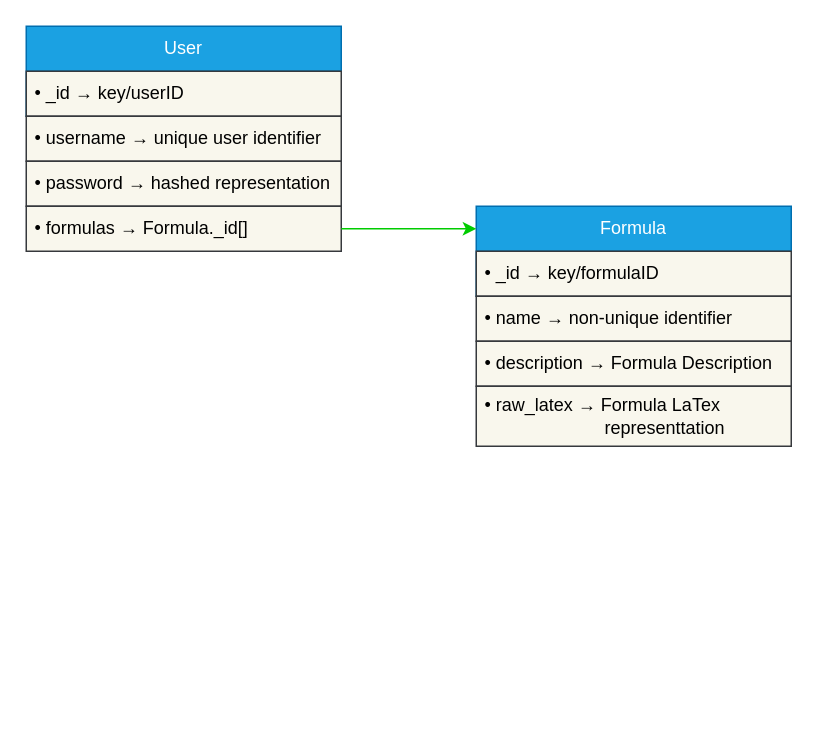
klaus-mana/formu keeps this draw.io diagram as misc/database-er-diagram.dio. Above is the earlier version. Source tidied: cells renumbered, new cells numbered last; positions are measured from the earlier drawing's top-left corner, leaving out a move shared by most shapes. Both pictures are drawn from the tidied source at 150%, with x=0, y=0 at pixel (26, 26).
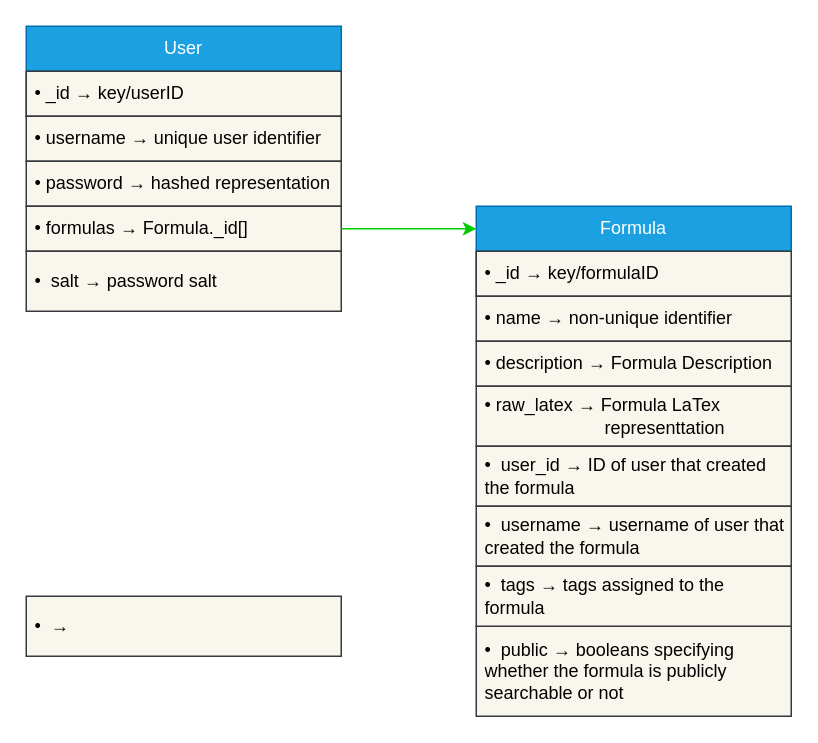
The same diagram, later.

Commit message (it also covers changes not shown here):
Changed the User and Formula Schema for better performance and usage Implemented all of the User API endpoints Changed the ER Diagram and API Model to reflect the changes

What changed in the source:
```diff
@@
 <mxGraphModel>
   <root>
     <mxCell id="0" />
     <mxCell id="1" parent="0" />
     <mxCell id="2" value="User" style="swimlane;fontStyle=0;horizontal=1;startSize=30;whiteSpace=wrap;html=1;labelBackgroundColor=none;fontColor=#ffffff;fillColor=#1ba1e2;strokeColor=#006EAF;" parent="1" vertex="1">
       <mxGeometry width="210" height="60" as="geometry" />
     </mxCell>
     <mxCell id="3" value="• _id → key/userID" style="text;strokeColor=#36393d;fillColor=#f9f7ed;align=left;verticalAlign=middle;spacingLeft=4;spacingRight=4;overflow=hidden;whiteSpace=wrap;html=1;labelBackgroundColor=none;fontColor=#000000;" parent="2" vertex="1">
       <mxGeometry y="30" width="210" height="30" as="geometry" />
     </mxCell>
     <mxCell id="4" value="• username → unique user identifier" style="text;strokeColor=#36393d;fillColor=#f9f7ed;align=left;verticalAlign=middle;spacingLeft=4;spacingRight=4;overflow=hidden;whiteSpace=wrap;html=1;labelBackgroundColor=none;fontColor=#000000;" parent="1" vertex="1">
       <mxGeometry y="60" width="210" height="30" as="geometry" />
     </mxCell>
     <mxCell id="5" value="• password → hashed representation" style="text;strokeColor=#36393d;fillColor=#f9f7ed;align=left;verticalAlign=middle;spacingLeft=4;spacingRight=4;overflow=hidden;whiteSpace=wrap;html=1;labelBackgroundColor=none;fontColor=#000000;" parent="1" vertex="1">
       <mxGeometry y="90" width="210" height="30" as="geometry" />
     </mxCell>
     <mxCell id="6" value="• formulas → Formula._id[]" style="text;strokeColor=#36393d;fillColor=#f9f7ed;align=left;verticalAlign=middle;spacingLeft=4;spacingRight=4;overflow=hidden;points=[[0,0.5],[1,0.5]];portConstraint=eastwest;whiteSpace=wrap;html=1;labelBackgroundColor=none;fontColor=#000000;" parent="1" vertex="1">
       <mxGeometry y="120" width="210" height="30" as="geometry" />
     </mxCell>
     <mxCell id="7" value="Formula" style="swimlane;fontStyle=0;horizontal=1;startSize=30;whiteSpace=wrap;html=1;labelBackgroundColor=none;fontColor=#ffffff;fillColor=#1ba1e2;strokeColor=#006EAF;" parent="1" vertex="1">
       <mxGeometry x="300" y="120" width="210" height="60" as="geometry" />
     </mxCell>
     <mxCell id="8" value="• _id → key/formulaID" style="text;strokeColor=#36393d;fillColor=#f9f7ed;align=left;verticalAlign=middle;spacingLeft=4;spacingRight=4;overflow=hidden;whiteSpace=wrap;html=1;labelBackgroundColor=none;fontColor=#000000;" parent="7" vertex="1">
       <mxGeometry y="30" width="210" height="30" as="geometry" />
     </mxCell>
     <mxCell id="9" value="• name → non-unique identifier" style="text;strokeColor=#36393d;fillColor=#f9f7ed;align=left;verticalAlign=middle;spacingLeft=4;spacingRight=4;overflow=hidden;whiteSpace=wrap;html=1;labelBackgroundColor=none;fontColor=#000000;" parent="1" vertex="1">
       <mxGeometry x="300" y="180" width="210" height="30" as="geometry" />
     </mxCell>
     <mxCell id="10" value="• description → Formula Description" style="text;strokeColor=#36393d;fillColor=#f9f7ed;align=left;verticalAlign=middle;spacingLeft=4;spacingRight=4;overflow=hidden;whiteSpace=wrap;html=1;labelBackgroundColor=none;fontColor=#000000;" parent="1" vertex="1">
       <mxGeometry x="300" y="210" width="210" height="30" as="geometry" />
     </mxCell>
     <mxCell id="11" value="• raw_latex → Formula LaTex &lt;span style=&quot;white-space: pre;&quot;&gt;&#9;&lt;/span&gt;&lt;span style=&quot;white-space: pre;&quot;&gt;&#9;&lt;span style=&quot;white-space: pre;&quot;&gt;&#9;&lt;/span&gt;&lt;/span&gt;representtation" style="text;strokeColor=#36393d;fillColor=#f9f7ed;align=left;verticalAlign=middle;spacingLeft=4;spacingRight=4;overflow=hidden;whiteSpace=wrap;html=1;labelBackgroundColor=none;fontColor=#000000;" parent="1" vertex="1">
       <mxGeometry x="300" y="240" width="210" height="40" as="geometry" />
     </mxCell>
     <mxCell id="12" style="endArrow=classic;html=1;fontColor=#FFFF99;entryX=0;entryY=0.25;entryDx=0;entryDy=0;fillColor=#f9f7ed;strokeColor=#00CC00;labelBackgroundColor=#99FF99;" parent="1" edge="1" source="6" target="7">
       <mxGeometry relative="1" as="geometry" />
     </mxCell>
+    <mxCell id="13" value="•&amp;nbsp; user_id → ID of user that created the formula" style="text;strokeColor=#36393d;fillColor=#f9f7ed;align=left;verticalAlign=middle;spacingLeft=4;spacingRight=4;overflow=hidden;whiteSpace=wrap;html=1;labelBackgroundColor=none;fontColor=#000000;" parent="1" vertex="1">
+      <mxGeometry x="300" y="280" width="210" height="40" as="geometry" />
+    </mxCell>
+    <mxCell id="14" value="•&amp;nbsp; username → username of user that created the formula" style="text;strokeColor=#36393d;fillColor=#f9f7ed;align=left;verticalAlign=middle;spacingLeft=4;spacingRight=4;overflow=hidden;whiteSpace=wrap;html=1;labelBackgroundColor=none;fontColor=#000000;" parent="1" vertex="1">
+      <mxGeometry x="300" y="320" width="210" height="40" as="geometry" />
+    </mxCell>
+    <mxCell id="15" value="•&amp;nbsp; public → booleans specifying whether the formula is publicly searchable or not" style="text;strokeColor=#36393d;fillColor=#f9f7ed;align=left;verticalAlign=middle;spacingLeft=4;spacingRight=4;overflow=hidden;whiteSpace=wrap;html=1;labelBackgroundColor=none;fontColor=#000000;" parent="1" vertex="1">
+      <mxGeometry x="300" y="400" width="210" height="60" as="geometry" />
+    </mxCell>
+    <mxCell id="16" value="•&amp;nbsp; tags → tags assigned to the formula" style="text;strokeColor=#36393d;fillColor=#f9f7ed;align=left;verticalAlign=middle;spacingLeft=4;spacingRight=4;overflow=hidden;whiteSpace=wrap;html=1;labelBackgroundColor=none;fontColor=#000000;" parent="1" vertex="1">
+      <mxGeometry x="300" y="360" width="210" height="40" as="geometry" />
+    </mxCell>
+    <mxCell id="17" value="•&amp;nbsp; →" style="text;strokeColor=#36393d;fillColor=#f9f7ed;align=left;verticalAlign=middle;spacingLeft=4;spacingRight=4;overflow=hidden;whiteSpace=wrap;html=1;labelBackgroundColor=none;fontColor=#000000;" parent="1" vertex="1">
+      <mxGeometry y="380" width="210" height="40" as="geometry" />
+    </mxCell>
+    <mxCell id="18" value="•&amp;nbsp; salt → password salt" style="text;strokeColor=#36393d;fillColor=#f9f7ed;align=left;verticalAlign=middle;spacingLeft=4;spacingRight=4;overflow=hidden;whiteSpace=wrap;html=1;labelBackgroundColor=none;fontColor=#000000;" parent="1" vertex="1">
+      <mxGeometry y="150" width="210" height="40" as="geometry" />
+    </mxCell>
   </root>
 </mxGraphModel>
```
